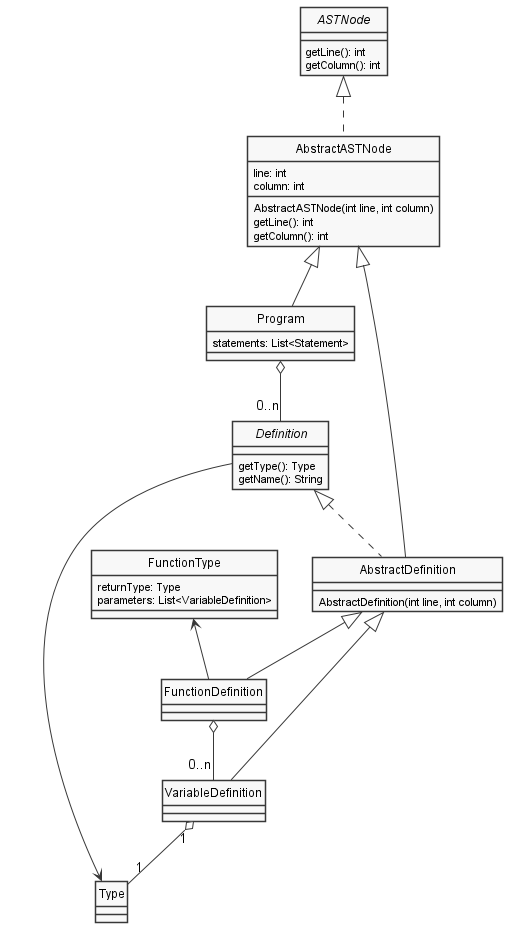
Above: docs/diagrams/Program.png in Diecaal/Elixir-Compiler (PlantUML), before the change.
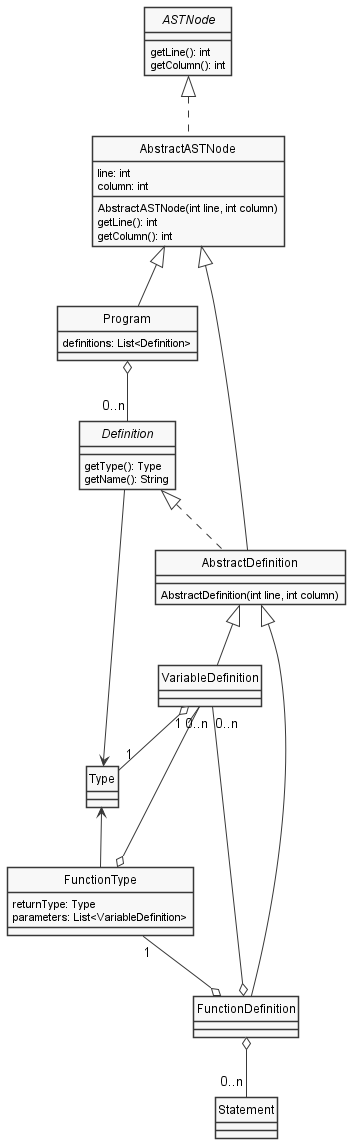
After the change.

The edit, as a diff of the source:
```diff
@@ -17,7 +17,7 @@
 }
 
 class Program {
-    statements: List<Statement>
+    definitions: List<Definition>
 }
 
 interface Definition {
@@ -51,11 +51,15 @@
 AbstractDefinition <|-- VariableDefinition
 
 Type <-- Definition
+Type <-- FunctionType
 
-FunctionType <-- FunctionDefinition
+FunctionType "1" --o FunctionDefinition
 
 VariableDefinition "1" o-- "1" Type
 
 FunctionDefinition o-- "0..n"  VariableDefinition
+FunctionDefinition o-- "0..n"  Statement
+
+FunctionType o-- "0..n" VariableDefinition
 
 @enduml
```
